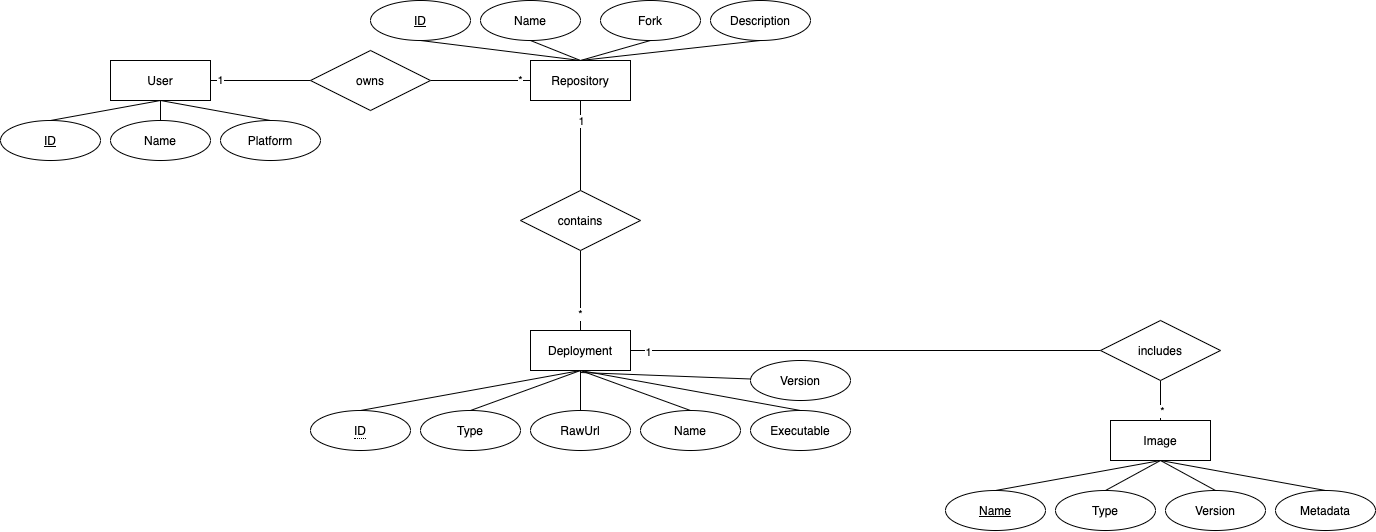
Langleu/MA_Thesis keeps this draw.io diagram as graphics/er_database.png. Above is the earlier version. Source tidied: cells renumbered, new cells last; positions are measured from the earlier drawing's top-left corner, leaving out a move shared by most shapes.
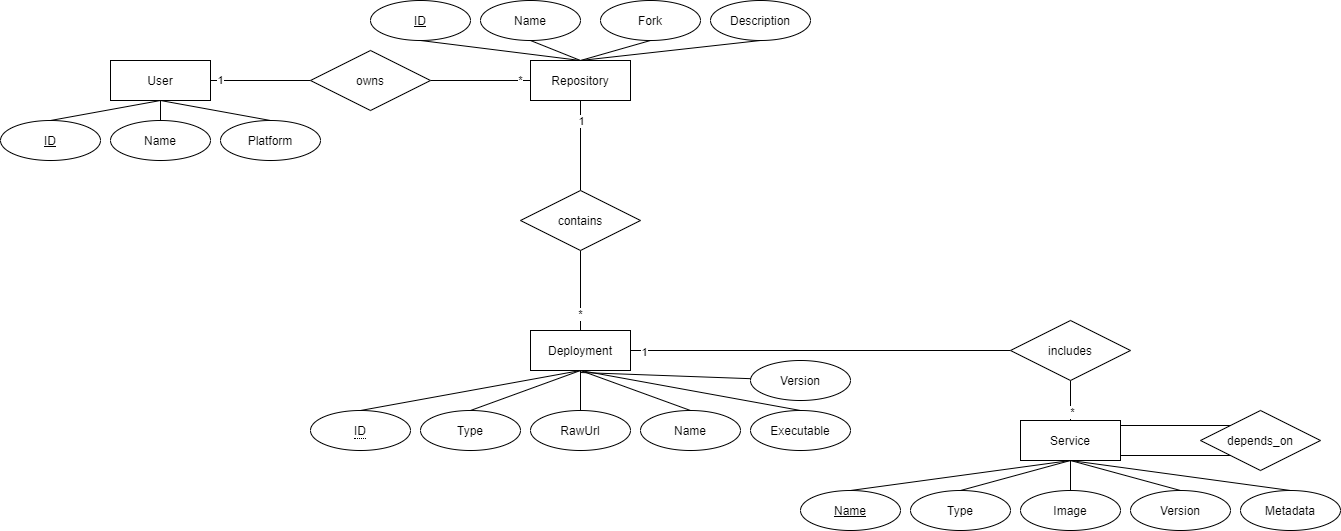
After the change.

What changed in the source:
```diff
@@ -81,7 +81,7 @@
         <mxPoint x="800" y="410" as="targetPoint" />
       </mxGeometry>
     </mxCell>
-    <mxCell id="25" style="edgeStyle=none;rounded=0;jettySize=auto;html=1;endArrow=none;endFill=0;" parent="1" edge="1" target="51">
+    <mxCell id="25" style="edgeStyle=none;rounded=0;jettySize=auto;html=1;endArrow=none;endFill=0;" parent="1" edge="1" target="52">
       <mxGeometry relative="1" as="geometry">
         <mxPoint x="580" y="372" as="sourcePoint" />
       </mxGeometry>
@@ -130,44 +130,69 @@
     <mxCell id="39" value="Platform" style="ellipse;whiteSpace=wrap;html=1;align=center;" parent="1" vertex="1">
       <mxGeometry x="220" y="120" width="100" height="40" as="geometry" />
     </mxCell>
-    <mxCell id="40" style="edgeStyle=none;rounded=0;jettySize=auto;html=1;exitX=0.5;exitY=1;exitDx=0;exitDy=0;entryX=0.5;entryY=0;entryDx=0;entryDy=0;endArrow=none;endFill=0;" parent="1" edge="1" source="42" target="47">
+    <mxCell id="40" style="edgeStyle=none;rounded=0;jettySize=auto;html=1;exitX=0.5;exitY=1;exitDx=0;exitDy=0;entryX=0.5;entryY=0;entryDx=0;entryDy=0;endArrow=none;endFill=0;" parent="1" edge="1" source="42" target="48">
       <mxGeometry relative="1" as="geometry" />
     </mxCell>
     <mxCell id="41" value="*" style="edgeLabel;html=1;align=center;verticalAlign=middle;" parent="40" vertex="1">
       <mxGeometry x="0.53" y="1" relative="1" as="geometry" />
     </mxCell>
     <mxCell id="42" value="includes" style="shape=rhombus;perimeter=rhombusPerimeter;whiteSpace=wrap;html=1;align=center;" parent="1" vertex="1">
-      <mxGeometry x="1100" y="320" width="120" height="60" as="geometry" />
+      <mxGeometry x="1010" y="320" width="120" height="60" as="geometry" />
     </mxCell>
-    <mxCell id="43" style="edgeStyle=none;rounded=0;jettySize=auto;html=1;exitX=0.5;exitY=1;exitDx=0;exitDy=0;entryX=0.5;entryY=0;entryDx=0;entryDy=0;endArrow=none;endFill=0;" parent="1" edge="1" source="47" target="50">
+    <mxCell id="43" style="edgeStyle=none;rounded=0;jettySize=auto;html=1;exitX=0.5;exitY=1;exitDx=0;exitDy=0;entryX=0.5;entryY=0;entryDx=0;entryDy=0;endArrow=none;endFill=0;" parent="1" edge="1" source="48" target="51">
       <mxGeometry relative="1" as="geometry" />
     </mxCell>
-    <mxCell id="44" style="edgeStyle=none;rounded=0;jettySize=auto;html=1;exitX=0.5;exitY=1;exitDx=0;exitDy=0;entryX=0.5;entryY=0;entryDx=0;entryDy=0;endArrow=none;endFill=0;" parent="1" edge="1" source="47" target="48">
+    <mxCell id="44" style="edgeStyle=none;rounded=0;jettySize=auto;html=1;exitX=0.5;exitY=1;exitDx=0;exitDy=0;entryX=0.5;entryY=0;entryDx=0;entryDy=0;endArrow=none;endFill=0;" parent="1" edge="1" source="48" target="49">
       <mxGeometry relative="1" as="geometry" />
     </mxCell>
-    <mxCell id="45" style="edgeStyle=none;rounded=0;jettySize=auto;html=1;exitX=0.5;exitY=1;exitDx=0;exitDy=0;entryX=0.5;entryY=0;entryDx=0;entryDy=0;endArrow=none;endFill=0;" parent="1" edge="1" source="47" target="49">
+    <mxCell id="45" style="edgeStyle=none;rounded=0;jettySize=auto;html=1;exitX=0.5;exitY=1;exitDx=0;exitDy=0;entryX=0.5;entryY=0;entryDx=0;entryDy=0;endArrow=none;endFill=0;" parent="1" edge="1" source="48" target="50">
       <mxGeometry relative="1" as="geometry" />
     </mxCell>
-    <mxCell id="46" style="edgeStyle=none;rounded=0;jettySize=auto;html=1;exitX=0.5;exitY=1;exitDx=0;exitDy=0;entryX=0.5;entryY=0;entryDx=0;entryDy=0;endArrow=none;endFill=0;" parent="1" edge="1" source="47" target="52">
+    <mxCell id="46" style="edgeStyle=none;rounded=0;jettySize=auto;html=1;exitX=0.5;exitY=1;exitDx=0;exitDy=0;entryX=0.5;entryY=0;entryDx=0;entryDy=0;endArrow=none;endFill=0;" parent="1" edge="1" source="48" target="53">
       <mxGeometry relative="1" as="geometry" />
     </mxCell>
-    <mxCell id="47" value="Image" style="whiteSpace=wrap;html=1;align=center;" parent="1" vertex="1">
-      <mxGeometry x="1110" y="420" width="100" height="40" as="geometry" />
+    <mxCell id="47" style="edgeStyle=orthogonalEdgeStyle;rounded=0;jettySize=auto;html=1;exitX=1;exitY=0.75;exitDx=0;exitDy=0;endArrow=none;endFill=0;entryX=0;entryY=1;entryDx=0;entryDy=0;" parent="1" edge="1" source="48" target="57">
+      <mxGeometry relative="1" as="geometry">
+        <Array as="points">
+          <mxPoint x="1120" y="455" />
+        </Array>
+      </mxGeometry>
     </mxCell>
-    <mxCell id="48" value="Type" style="ellipse;whiteSpace=wrap;html=1;align=center;" parent="1" vertex="1">
-      <mxGeometry x="1055" y="490" width="100" height="40" as="geometry" />
+    <mxCell id="48" value="Service" style="whiteSpace=wrap;html=1;align=center;" parent="1" vertex="1">
+      <mxGeometry x="1020" y="420" width="100" height="40" as="geometry" />
     </mxCell>
-    <mxCell id="49" value="Version" style="ellipse;whiteSpace=wrap;html=1;align=center;" parent="1" vertex="1">
-      <mxGeometry x="1165" y="490" width="100" height="40" as="geometry" />
+    <mxCell id="49" value="Type" style="ellipse;whiteSpace=wrap;html=1;align=center;" parent="1" vertex="1">
+      <mxGeometry x="910" y="490" width="100" height="40" as="geometry" />
     </mxCell>
-    <mxCell id="50" value="Name" style="ellipse;whiteSpace=wrap;html=1;align=center;fontStyle=4;" parent="1" vertex="1">
-      <mxGeometry x="945" y="490" width="100" height="40" as="geometry" />
+    <mxCell id="50" value="Version" style="ellipse;whiteSpace=wrap;html=1;align=center;" parent="1" vertex="1">
+      <mxGeometry x="1130" y="490" width="100" height="40" as="geometry" />
     </mxCell>
-    <mxCell id="51" value="Version" style="ellipse;whiteSpace=wrap;html=1;align=center;" parent="1" vertex="1">
-      <mxGeometry x="750" y="360" width="100" height="40" as="geometry" />
+    <mxCell id="51" value="Name" style="ellipse;whiteSpace=wrap;html=1;align=center;fontStyle=4;" parent="1" vertex="1">
+      <mxGeometry x="800" y="490" width="100" height="40" as="geometry" />
     </mxCell>
-    <mxCell id="52" value="Metadata" style="ellipse;whiteSpace=wrap;html=1;align=center;" parent="1" vertex="1">
-      <mxGeometry x="1275" y="490" width="100" height="40" as="geometry" />
+    <mxCell id="52" value="Version" style="ellipse;whiteSpace=wrap;html=1;align=center;" parent="1" vertex="1">
+      <mxGeometry x="750" y="360" width="100" height="40" as="geometry" />
     </mxCell>
+    <mxCell id="53" value="Metadata" style="ellipse;whiteSpace=wrap;html=1;align=center;" parent="1" vertex="1">
+      <mxGeometry x="1240" y="490" width="100" height="40" as="geometry" />
+    </mxCell>
+    <mxCell id="54" style="edgeStyle=orthogonalEdgeStyle;rounded=0;jettySize=auto;html=1;exitX=0.5;exitY=0;exitDx=0;exitDy=0;endArrow=none;endFill=0;" parent="1" edge="1" source="55">
+      <mxGeometry relative="1" as="geometry">
+        <mxPoint x="1070" y="460" as="targetPoint" />
+      </mxGeometry>
+    </mxCell>
+    <mxCell id="55" value="Image" style="ellipse;whiteSpace=wrap;html=1;align=center;" parent="1" vertex="1">
+      <mxGeometry x="1020" y="490" width="100" height="40" as="geometry" />
+    </mxCell>
+    <mxCell id="56" style="edgeStyle=orthogonalEdgeStyle;rounded=0;jettySize=auto;html=1;exitX=0;exitY=0;exitDx=0;exitDy=0;entryX=1;entryY=0.25;entryDx=0;entryDy=0;endArrow=none;endFill=0;" parent="1" edge="1" source="57" target="48">
+      <mxGeometry relative="1" as="geometry">
+        <Array as="points">
+          <mxPoint x="1120" y="425" />
+        </Array>
+      </mxGeometry>
+    </mxCell>
+    <mxCell id="57" value="depends_on" style="shape=rhombus;perimeter=rhombusPerimeter;whiteSpace=wrap;html=1;align=center;" parent="1" vertex="1">
+      <mxGeometry x="1200" y="410" width="120" height="60" as="geometry" />
+    </mxCell>
   </root>
 </mxGraphModel>
```
